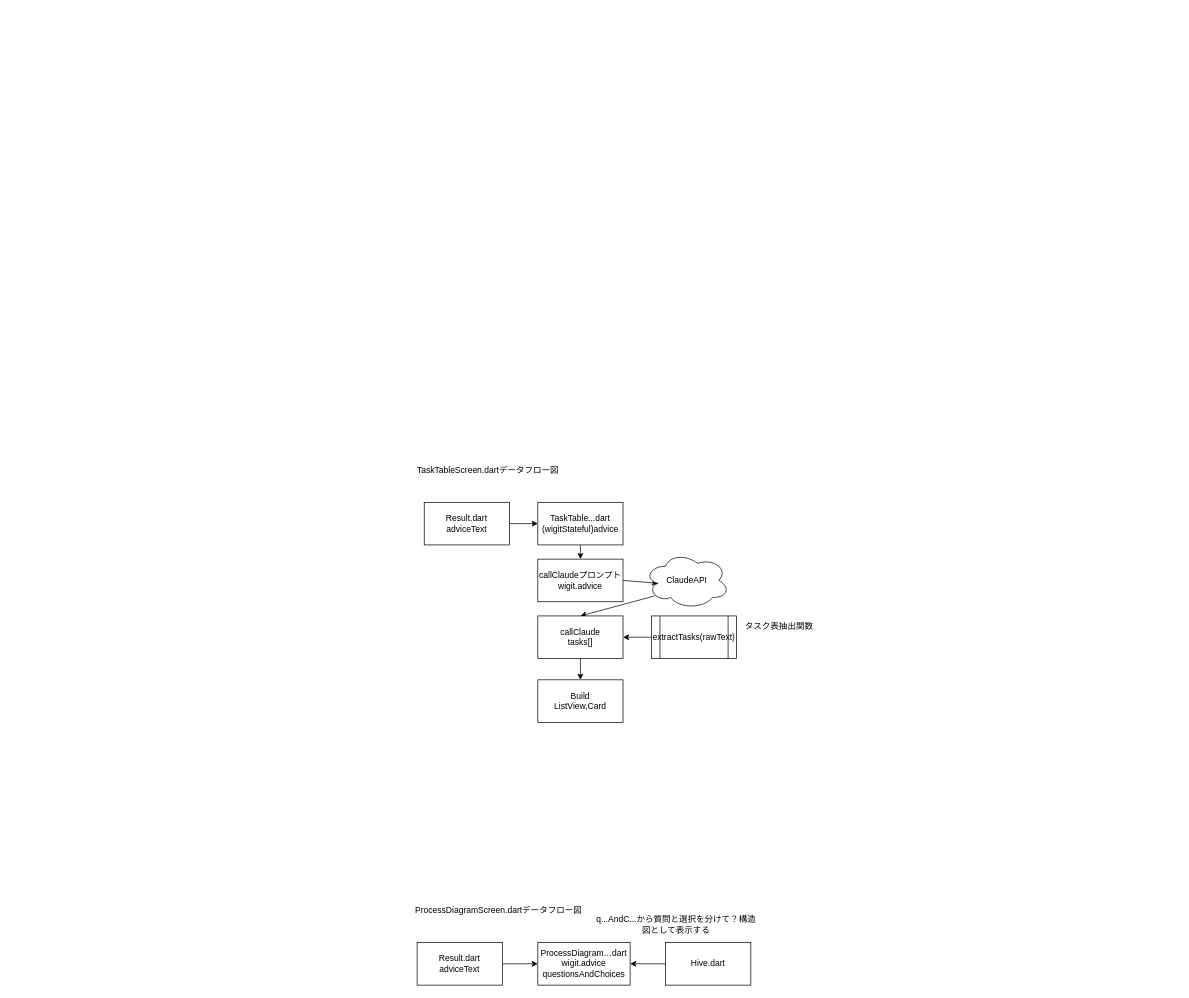
Above: page "データフロー図" (2 of 2) of Diagrams/DesignPhase.drawio in hiroyuki00889/ALL-AIBOX (draw.io), before the change. Source tidied: cells renumbered, new cells numbered last; positions are measured from the earlier drawing's top-left corner, leaving out a move shared by most shapes. Both pictures are drawn from the tidied source at 71%, with x=0, y=0 at pixel (410, 459).
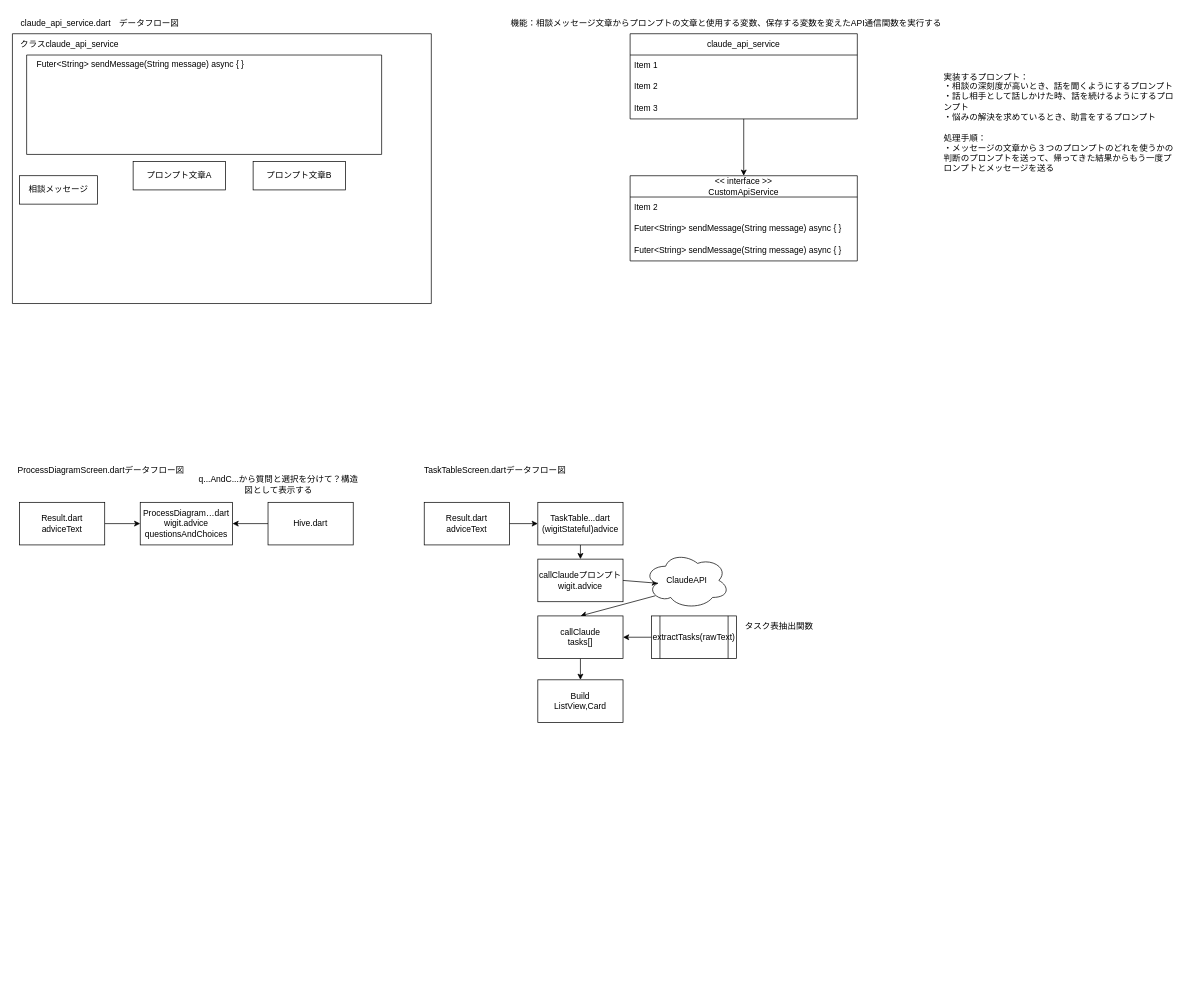
The same page after the edit.

The edit, as a diff of the source:
```diff
@@
     <mxCell id="2" value="TaskTableScreen.dartデータフロー図" style="text;html=1;strokeColor=none;fillColor=none;align=center;verticalAlign=middle;whiteSpace=wrap;rounded=0;" parent="1" vertex="1">
-      <mxGeometry width="220" height="30" as="geometry" />
+      <mxGeometry x="10" width="220" height="30" as="geometry" />
     </mxCell>
@@
     <mxCell id="17" value="ProcessDiagramScreen.dartデータフロー図" style="text;html=1;strokeColor=none;fillColor=none;align=center;verticalAlign=middle;whiteSpace=wrap;rounded=0;fontSize=12;" parent="1" vertex="1">
-      <mxGeometry y="620" width="250" height="30" as="geometry" />
+      <mxGeometry x="-560" width="250" height="30" as="geometry" />
     </mxCell>
@@
     <mxCell id="19" value="Result.dart&lt;br&gt;adviceText" style="rounded=0;whiteSpace=wrap;html=1;" parent="1" vertex="1">
-      <mxGeometry x="10" y="680" width="120" height="60" as="geometry" />
+      <mxGeometry x="-550" y="60" width="120" height="60" as="geometry" />
     </mxCell>
     <mxCell id="20" value="ProcessDiagram…dart&lt;br&gt;wigit.advice&lt;br&gt;questionsAndChoices" style="rounded=0;whiteSpace=wrap;html=1;fontSize=12;" parent="1" vertex="1">
-      <mxGeometry x="180" y="680" width="130" height="60" as="geometry" />
+      <mxGeometry x="-380" y="60" width="130" height="60" as="geometry" />
     </mxCell>
@@
     <mxCell id="22" value="Hive.dart" style="rounded=0;whiteSpace=wrap;html=1;fontSize=12;" parent="1" vertex="1">
-      <mxGeometry x="360" y="680" width="120" height="60" as="geometry" />
+      <mxGeometry x="-200" y="60" width="120" height="60" as="geometry" />
     </mxCell>
     <mxCell id="23" value="q...AndC...から質問と選択を分けて？構造図として表示する" style="text;html=1;strokeColor=none;fillColor=none;align=center;verticalAlign=middle;whiteSpace=wrap;rounded=0;fontSize=12;" parent="1" vertex="1">
-      <mxGeometry x="260" y="640" width="230" height="30" as="geometry" />
+      <mxGeometry x="-300" y="20" width="230" height="30" as="geometry" />
     </mxCell>
+    <mxCell id="24" value="claude_api_service.dart　データフロー図" style="text;html=1;align=left;verticalAlign=middle;whiteSpace=wrap;rounded=0;" parent="1" vertex="1">
+      <mxGeometry x="-550" y="-630" width="290" height="30" as="geometry" />
+    </mxCell>
+    <mxCell id="25" style="swimlane;startSize=0;" parent="1" vertex="1">
+      <mxGeometry x="-560" y="-600" width="590" height="380" as="geometry" />
+    </mxCell>
+    <mxCell id="26" value="クラスclaude_api_service" style="text;html=1;align=center;verticalAlign=middle;strokeColor=none;fillColor=none;" parent="25" vertex="1">
+      <mxGeometry width="160" height="30" as="geometry" />
+    </mxCell>
+    <mxCell id="27" value="プロンプト文章A" style="rounded=0;whiteSpace=wrap;html=1;" parent="25" vertex="1">
+      <mxGeometry x="170" y="180" width="130" height="40" as="geometry" />
+    </mxCell>
+    <mxCell id="28" style="swimlane;startSize=0;" parent="25" vertex="1">
+      <mxGeometry x="20" y="30" width="500" height="140" as="geometry" />
+    </mxCell>
+    <mxCell id="29" value="Futer&amp;lt;String&amp;gt; sendMessage(String message) async { }&lt;div&gt;&lt;br style=&quot;color: rgb(63, 63, 63); text-align: left; text-wrap-mode: wrap;&quot;&gt;&lt;/div&gt;" style="text;html=1;align=center;verticalAlign=middle;strokeColor=none;fillColor=none;" parent="28" vertex="1">
+      <mxGeometry width="320" height="40" as="geometry" />
+    </mxCell>
+    <mxCell id="30" value="プロンプト文章B" style="rounded=0;whiteSpace=wrap;html=1;" parent="25" vertex="1">
+      <mxGeometry x="339" y="180" width="130" height="40" as="geometry" />
+    </mxCell>
+    <mxCell id="31" value="相談メッセージ" style="rounded=0;whiteSpace=wrap;html=1;" parent="25" vertex="1">
+      <mxGeometry x="10" y="200" width="110" height="40" as="geometry" />
+    </mxCell>
+    <mxCell id="32" value="&amp;lt;&amp;lt; interface &amp;gt;&amp;gt;&lt;div&gt;CustomApiService&lt;/div&gt;" style="swimlane;fontStyle=0;horizontal=1;startSize=30;whiteSpace=wrap;html=1;" parent="1" vertex="1">
+      <mxGeometry x="310" y="-400" width="320" height="120" as="geometry" />
+    </mxCell>
+    <mxCell id="33" value="Item 2" style="text;strokeColor=none;fillColor=none;align=left;verticalAlign=middle;spacingLeft=4;spacingRight=4;overflow=hidden;whiteSpace=wrap;html=1;" parent="32" vertex="1">
+      <mxGeometry y="30" width="320" height="30" as="geometry" />
+    </mxCell>
+    <mxCell id="34" value="&lt;span style=&quot;color: rgb(0, 0, 0);&quot;&gt;Futer&amp;lt;String&amp;gt; sendMessage(String message) async { }&lt;/span&gt;" style="text;strokeColor=none;fillColor=none;align=left;verticalAlign=middle;spacingLeft=4;spacingRight=4;overflow=hidden;whiteSpace=wrap;html=1;" parent="32" vertex="1">
+      <mxGeometry y="60" width="320" height="30" as="geometry" />
+    </mxCell>
+    <mxCell id="35" value="&lt;span style=&quot;color: rgb(0, 0, 0);&quot;&gt;Futer&amp;lt;String&amp;gt; sendMessage(String message) async { }&lt;/span&gt;" style="text;strokeColor=none;fillColor=none;align=left;verticalAlign=middle;spacingLeft=4;spacingRight=4;overflow=hidden;whiteSpace=wrap;html=1;" parent="32" vertex="1">
+      <mxGeometry y="90" width="320" height="30" as="geometry" />
+    </mxCell>
+    <mxCell id="36" style="edgeStyle=none;html=1;exitX=0.5;exitY=1;exitDx=0;exitDy=0;entryX=0.5;entryY=0;entryDx=0;entryDy=0;" parent="1" edge="1" source="37" target="32">
+      <mxGeometry relative="1" as="geometry" />
+    </mxCell>
+    <mxCell id="37" value="claude_api_service" style="swimlane;fontStyle=0;horizontal=1;startSize=30;whiteSpace=wrap;html=1;" parent="1" vertex="1">
+      <mxGeometry x="310" y="-600" width="320" height="120" as="geometry" />
+    </mxCell>
+    <mxCell id="38" value="Item 1" style="text;strokeColor=none;fillColor=none;align=left;verticalAlign=middle;spacingLeft=4;spacingRight=4;overflow=hidden;whiteSpace=wrap;html=1;" parent="37" vertex="1">
+      <mxGeometry y="30" width="320" height="30" as="geometry" />
+    </mxCell>
+    <mxCell id="39" value="Item 2" style="text;strokeColor=none;fillColor=none;align=left;verticalAlign=middle;spacingLeft=4;spacingRight=4;overflow=hidden;whiteSpace=wrap;html=1;" parent="37" vertex="1">
+      <mxGeometry y="60" width="320" height="30" as="geometry" />
+    </mxCell>
+    <mxCell id="40" value="Item 3" style="text;strokeColor=none;fillColor=none;align=left;verticalAlign=middle;spacingLeft=4;spacingRight=4;overflow=hidden;whiteSpace=wrap;html=1;" parent="37" vertex="1">
+      <mxGeometry y="90" width="320" height="30" as="geometry" />
+    </mxCell>
+    <mxCell id="41" value="機能：相談メッセージ文章からプロンプトの文章と使用する変数、保存する変数を変えたAPI通信関数を実行する" style="text;html=1;align=left;verticalAlign=middle;whiteSpace=wrap;rounded=0;" parent="1" vertex="1">
+      <mxGeometry x="140" y="-630" width="610" height="30" as="geometry" />
+    </mxCell>
+    <mxCell id="42" value="実装するプロンプト：&lt;div&gt;・相談の深刻度が高いとき、話を聞くようにするプロンプト&lt;/div&gt;&lt;div&gt;・話し相手として話しかけた時、話を続けるようにするプロンプト&lt;/div&gt;&lt;div&gt;・悩みの解決を求めているとき、助言をするプロンプト&lt;/div&gt;&lt;div&gt;&lt;br&gt;&lt;/div&gt;&lt;div&gt;処理手順：&lt;/div&gt;&lt;div&gt;・メッセージの文章から３つのプロンプトのどれを使うかの判断のプロンプトを送って、帰ってきた結果からもう一度プロンプトとメッセージを送る&lt;/div&gt;" style="text;html=1;align=left;verticalAlign=middle;whiteSpace=wrap;rounded=0;" parent="1" vertex="1">
+      <mxGeometry x="750" y="-600" width="330" height="250" as="geometry" />
+    </mxCell>
```
